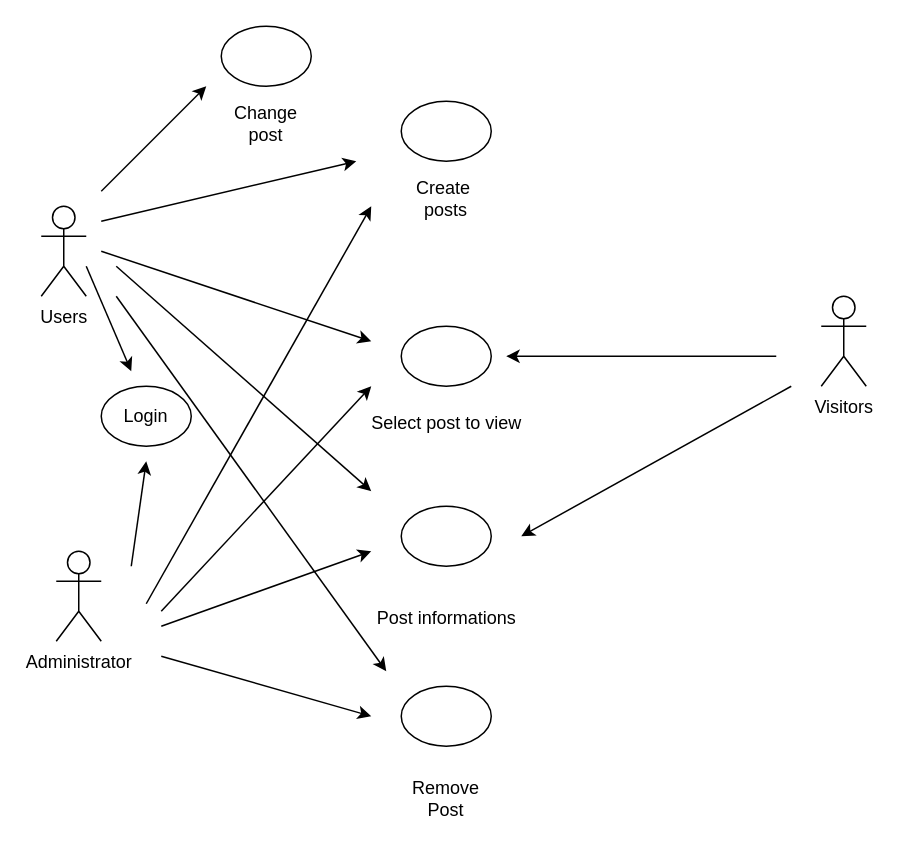
The draw.io diagram Use-case-models.drawio in web-blog-phenikaa/use-case-models, before the edit. Source tidied: cells renumbered, new cells numbered last; positions are measured from the earlier drawing's top-left corner, leaving out a move shared by most shapes. Both pictures are drawn from the tidied source at 150%, with x=0, y=0 at pixel (40, 26).
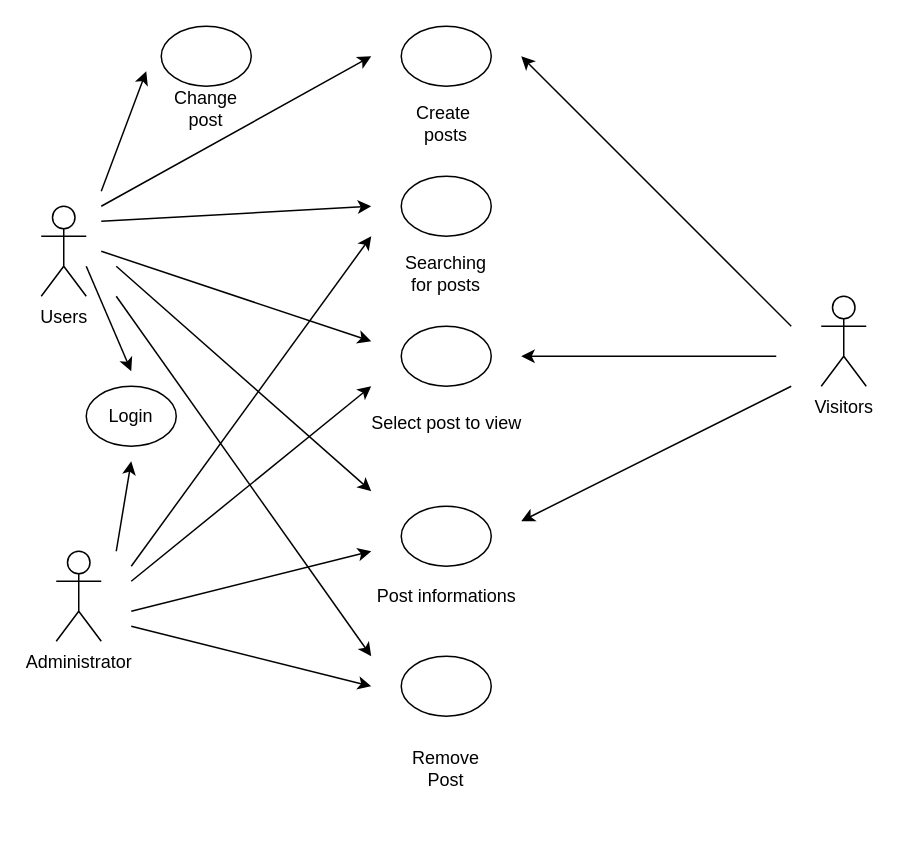
Above is the later version.

Commit message:
Cập nhật Use-case-models.drawio

Change to the diagram source:
```diff
@@
     <mxCell id="5" value="Login" style="ellipse;whiteSpace=wrap;html=1;" parent="1" vertex="1">
-      <mxGeometry x="40" y="240" width="60" height="40" as="geometry" />
+      <mxGeometry x="30" y="240" width="60" height="40" as="geometry" />
     </mxCell>
@@
     <mxCell id="7" style="endArrow=classic;html=1;rounded=0;" parent="1" edge="1">
       <mxGeometry relative="1" as="geometry">
-        <mxPoint x="60" y="360" as="sourcePoint" />
-        <mxPoint x="70" y="290" as="targetPoint" />
+        <mxPoint x="50" y="350" as="sourcePoint" />
+        <mxPoint x="60" y="290" as="targetPoint" />
       </mxGeometry>
     </mxCell>
     <mxCell id="8" style="ellipse;whiteSpace=wrap;html=1;" parent="1" vertex="1">
-      <mxGeometry x="240" y="50" width="60" height="40" as="geometry" />
+      <mxGeometry x="240" y="100" width="60" height="40" as="geometry" />
     </mxCell>
     <mxCell id="9" value="Create&amp;nbsp; posts" style="text;html=1;strokeColor=none;fillColor=none;align=center;verticalAlign=middle;whiteSpace=wrap;rounded=0;" parent="1" vertex="1">
-      <mxGeometry x="240" y="100" width="60" height="30" as="geometry" />
+      <mxGeometry x="240" y="50" width="60" height="30" as="geometry" />
     </mxCell>
@@
     <mxCell id="12" style="ellipse;whiteSpace=wrap;html=1;" parent="1" vertex="1">
-      <mxGeometry x="240" y="440" width="60" height="40" as="geometry" />
+      <mxGeometry x="240" y="420" width="60" height="40" as="geometry" />
     </mxCell>
@@
     <mxCell id="14" style="endArrow=classic;html=1;rounded=0;" parent="1" edge="1">
       <mxGeometry relative="1" as="geometry">
         <mxPoint x="490" y="220" as="sourcePoint" />
-        <mxPoint x="310" y="220" as="targetPoint" />
+        <mxPoint x="320" y="220" as="targetPoint" />
       </mxGeometry>
     </mxCell>
@@
     <mxCell id="16" value="Post informations" style="text;html=1;align=center;verticalAlign=middle;strokeColor=none;fillColor=none;" parent="1" vertex="1">
-      <mxGeometry x="210" y="380" width="120" height="30" as="geometry" />
+      <mxGeometry x="210" y="365" width="120" height="30" as="geometry" />
     </mxCell>
     <mxCell id="17" style="endArrow=classic;html=1;rounded=0;" parent="1" edge="1">
       <mxGeometry relative="1" as="geometry">
-        <mxPoint x="70" y="385" as="sourcePoint" />
-        <mxPoint x="220" y="120" as="targetPoint" />
+        <mxPoint x="60" y="360" as="sourcePoint" />
+        <mxPoint x="220" y="140" as="targetPoint" />
       </mxGeometry>
     </mxCell>
     <mxCell id="18" style="endArrow=classic;html=1;rounded=0;" parent="1" edge="1">
       <mxGeometry relative="1" as="geometry">
         <mxPoint x="40" y="130" as="sourcePoint" />
-        <mxPoint x="210" y="90" as="targetPoint" />
+        <mxPoint x="220" y="120" as="targetPoint" />
       </mxGeometry>
     </mxCell>
     <mxCell id="19" value="Remove Post" style="text;html=1;strokeColor=none;fillColor=none;align=center;verticalAlign=middle;whiteSpace=wrap;rounded=0;" parent="1" vertex="1">
-      <mxGeometry x="240" y="500" width="60" height="30" as="geometry" />
+      <mxGeometry x="240" y="480" width="60" height="30" as="geometry" />
     </mxCell>
     <mxCell id="20" style="endArrow=classic;html=1;rounded=0;" parent="1" edge="1">
       <mxGeometry relative="1" as="geometry">
-        <mxPoint x="80" y="400" as="sourcePoint" />
+        <mxPoint x="60" y="390" as="sourcePoint" />
         <mxPoint x="220" y="350" as="targetPoint" />
       </mxGeometry>
     </mxCell>
@@
     <mxCell id="22" style="endArrow=classic;html=1;rounded=0;" parent="1" edge="1">
       <mxGeometry relative="1" as="geometry">
-        <mxPoint x="80" y="420" as="sourcePoint" />
-        <mxPoint x="220" y="460" as="targetPoint" />
+        <mxPoint x="60" y="400" as="sourcePoint" />
+        <mxPoint x="220" y="440" as="targetPoint" />
       </mxGeometry>
     </mxCell>
     <mxCell id="23" style="endArrow=classic;html=1;rounded=0;" parent="1" edge="1">
       <mxGeometry relative="1" as="geometry">
         <mxPoint x="50" y="180" as="sourcePoint" />
-        <mxPoint x="230" y="430" as="targetPoint" />
+        <mxPoint x="220" y="420" as="targetPoint" />
       </mxGeometry>
     </mxCell>
     <mxCell id="24" style="endArrow=classic;html=1;rounded=0;" parent="1" edge="1">
       <mxGeometry relative="1" as="geometry">
         <mxPoint x="500" y="240" as="sourcePoint" />
-        <mxPoint x="320" y="340" as="targetPoint" />
+        <mxPoint x="320" y="330" as="targetPoint" />
       </mxGeometry>
     </mxCell>
     <mxCell id="25" style="endArrow=classic;html=1;rounded=0;" parent="1" edge="1">
       <mxGeometry relative="1" as="geometry">
-        <mxPoint x="80" y="390" as="sourcePoint" />
+        <mxPoint x="60" y="370" as="sourcePoint" />
         <mxPoint x="220" y="240" as="targetPoint" />
       </mxGeometry>
     </mxCell>
     <mxCell id="26" style="ellipse;whiteSpace=wrap;html=1;" parent="1" vertex="1">
-      <mxGeometry x="120" width="60" height="40" as="geometry" />
+      <mxGeometry x="80" width="60" height="40" as="geometry" />
     </mxCell>
     <mxCell id="27" value="Change post" style="text;html=1;strokeColor=none;fillColor=none;align=center;verticalAlign=middle;whiteSpace=wrap;rounded=0;" parent="1" vertex="1">
-      <mxGeometry x="120" y="50" width="60" height="30" as="geometry" />
+      <mxGeometry x="80" y="40" width="60" height="30" as="geometry" />
     </mxCell>
     <mxCell id="28" style="endArrow=classic;html=1;rounded=0;" parent="1" edge="1">
       <mxGeometry relative="1" as="geometry">
         <mxPoint x="40" y="110" as="sourcePoint" />
-        <mxPoint x="110" y="40" as="targetPoint" />
+        <mxPoint x="70" y="30" as="targetPoint" />
       </mxGeometry>
     </mxCell>
+    <mxCell id="29" style="endArrow=classic;html=1;rounded=0;" parent="1" edge="1">
+      <mxGeometry relative="1" as="geometry">
+        <mxPoint x="40" y="120" as="sourcePoint" />
+        <mxPoint x="220" y="20" as="targetPoint" />
+      </mxGeometry>
+    </mxCell>
+    <mxCell id="30" style="ellipse;whiteSpace=wrap;html=1;" parent="1" vertex="1">
+      <mxGeometry x="240" width="60" height="40" as="geometry" />
+    </mxCell>
+    <mxCell id="31" style="endArrow=classic;html=1;rounded=0;" parent="1" edge="1">
+      <mxGeometry relative="1" as="geometry">
+        <mxPoint x="500" y="200" as="sourcePoint" />
+        <mxPoint x="320" y="20" as="targetPoint" />
+      </mxGeometry>
+    </mxCell>
+    <mxCell id="32" value="Searching for posts" style="text;html=1;strokeColor=none;fillColor=none;align=center;verticalAlign=middle;whiteSpace=wrap;rounded=0;" parent="1" vertex="1">
+      <mxGeometry x="240" y="150" width="60" height="30" as="geometry" />
+    </mxCell>
```
